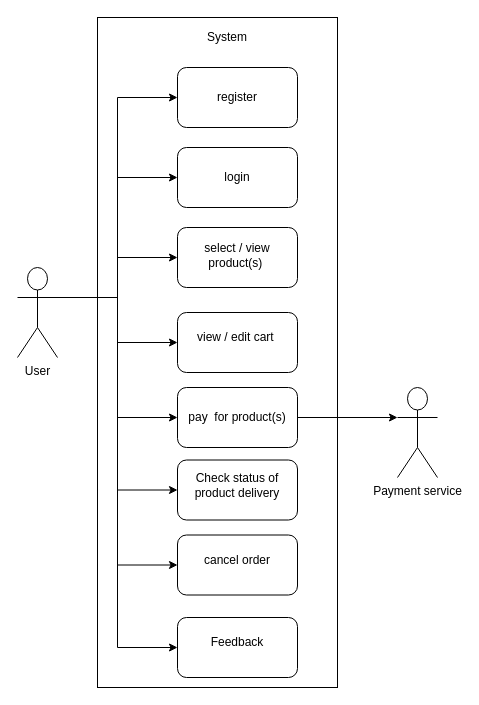
MohitBurkule/uml-diagrams keeps this draw.io diagram as amazon_user.drawio. Above is the earlier version. Source tidied: cells renumbered, new cells numbered last; positions are measured from the earlier drawing's top-left corner, leaving out a move shared by most shapes. Both pictures are drawn from the tidied source at 100%, with x=0, y=0 at pixel (17, 17).
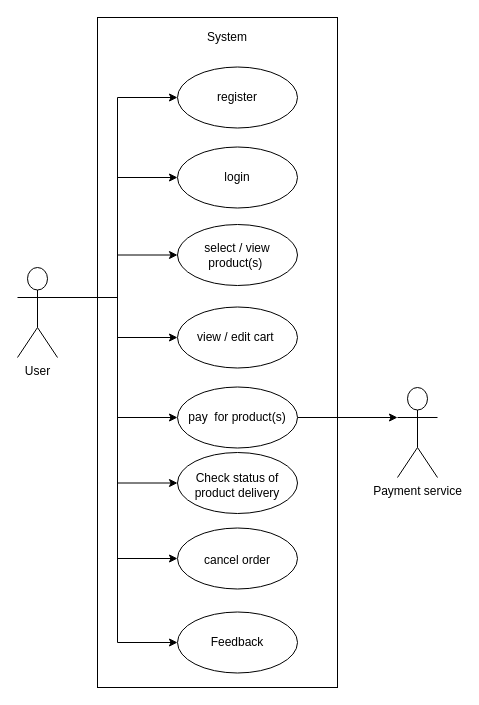
After the change.

Unchanged cells that the change refers to:
```xml
<mxCell id="11" value="User" style="shape=umlActor;verticalLabelPosition=bottom;labelBackgroundColor=#ffffff;verticalAlign=top;html=1;" parent="1" vertex="1">
  <mxGeometry y="250" width="40" height="90" as="geometry" />
</mxCell>
<mxCell id="21" value="Payment service" style="shape=umlActor;verticalLabelPosition=bottom;labelBackgroundColor=#ffffff;verticalAlign=top;html=1;" parent="1" vertex="1">
  <mxGeometry x="380" y="370" width="40" height="90" as="geometry" />
</mxCell>
```

The edit, as a diff of the source:
```diff
@@
-    <mxCell id="3" style="edgeStyle=orthogonalEdgeStyle;rounded=0;jettySize=auto;html=1;exitX=1;exitY=0.3333333333333333;exitDx=0;exitDy=0;exitPerimeter=0;entryX=0;entryY=0.5;entryDx=0;entryDy=0;" parent="1" edge="1" source="11" target="12">
-      <mxGeometry relative="1" as="geometry" />
-    </mxCell>
-    <mxCell id="4" style="edgeStyle=orthogonalEdgeStyle;rounded=0;jettySize=auto;html=1;exitX=1;exitY=0.3333333333333333;exitDx=0;exitDy=0;exitPerimeter=0;entryX=0;entryY=0.5;entryDx=0;entryDy=0;" parent="1" edge="1" source="11" target="13">
-      <mxGeometry relative="1" as="geometry" />
-    </mxCell>
-    <mxCell id="5" style="edgeStyle=orthogonalEdgeStyle;rounded=0;jettySize=auto;html=1;exitX=1;exitY=0.3333333333333333;exitDx=0;exitDy=0;exitPerimeter=0;entryX=0;entryY=0.5;entryDx=0;entryDy=0;" parent="1" edge="1" source="11" target="14">
-      <mxGeometry relative="1" as="geometry" />
-    </mxCell>
-    <mxCell id="6" style="edgeStyle=orthogonalEdgeStyle;rounded=0;jettySize=auto;html=1;exitX=1;exitY=0.3333333333333333;exitDx=0;exitDy=0;exitPerimeter=0;entryX=0;entryY=0.5;entryDx=0;entryDy=0;" parent="1" edge="1" source="11" target="16">
-      <mxGeometry relative="1" as="geometry" />
-    </mxCell>
-    <mxCell id="7" style="edgeStyle=orthogonalEdgeStyle;rounded=0;jettySize=auto;html=1;exitX=1;exitY=0.3333333333333333;exitDx=0;exitDy=0;exitPerimeter=0;entryX=0;entryY=0.5;entryDx=0;entryDy=0;" parent="1" edge="1" source="11" target="22">
-      <mxGeometry relative="1" as="geometry" />
-    </mxCell>
-    <mxCell id="8" style="edgeStyle=orthogonalEdgeStyle;rounded=0;jettySize=auto;html=1;exitX=1;exitY=0.3333333333333333;exitDx=0;exitDy=0;exitPerimeter=0;entryX=0;entryY=0.5;entryDx=0;entryDy=0;" parent="1" edge="1" source="11" target="24">
-      <mxGeometry relative="1" as="geometry" />
-    </mxCell>
-    <mxCell id="9" style="edgeStyle=orthogonalEdgeStyle;rounded=0;jettySize=auto;html=1;exitX=1;exitY=0.3333333333333333;exitDx=0;exitDy=0;exitPerimeter=0;entryX=0;entryY=0.5;entryDx=0;entryDy=0;" parent="1" edge="1" source="11" target="27">
-      <mxGeometry relative="1" as="geometry" />
-    </mxCell>
-    <mxCell id="10" style="edgeStyle=orthogonalEdgeStyle;rounded=0;jettySize=auto;html=1;exitX=1;exitY=0.3333333333333333;exitDx=0;exitDy=0;exitPerimeter=0;entryX=0;entryY=0.5;entryDx=0;entryDy=0;" parent="1" edge="1" source="11" target="29">
-      <mxGeometry relative="1" as="geometry" />
-    </mxCell>
+    <mxCell id="31" style="ellipse;whiteSpace=wrap;html=1;" parent="1" vertex="1">
+      <mxGeometry x="160" y="594.5" width="120" height="61" as="geometry" />
+    </mxCell>
+    <mxCell id="32" style="ellipse;whiteSpace=wrap;html=1;" parent="1" vertex="1">
+      <mxGeometry x="160" y="510.5" width="120" height="61" as="geometry" />
+    </mxCell>
+    <mxCell id="33" style="ellipse;whiteSpace=wrap;html=1;" parent="1" vertex="1">
+      <mxGeometry x="160" y="435" width="120" height="61" as="geometry" />
+    </mxCell>
+    <mxCell id="34" style="ellipse;whiteSpace=wrap;html=1;" parent="1" vertex="1">
+      <mxGeometry x="160" y="289.5" width="120" height="61" as="geometry" />
+    </mxCell>
+    <mxCell id="35" style="edgeStyle=orthogonalEdgeStyle;rounded=0;jettySize=auto;html=1;exitX=1;exitY=0.5;exitDx=0;exitDy=0;entryX=0;entryY=0.3333333333333333;entryDx=0;entryDy=0;entryPerimeter=0;" parent="1" edge="1" source="36" target="21">
+      <mxGeometry relative="1" as="geometry" />
+    </mxCell>
+    <mxCell id="36" style="ellipse;whiteSpace=wrap;html=1;" parent="1" vertex="1">
+      <mxGeometry x="160" y="369.5" width="120" height="61" as="geometry" />
+    </mxCell>
+    <mxCell id="37" style="ellipse;whiteSpace=wrap;html=1;" parent="1" vertex="1">
+      <mxGeometry x="160" y="207" width="120" height="61" as="geometry" />
+    </mxCell>
+    <mxCell id="38" style="ellipse;whiteSpace=wrap;html=1;" parent="1" vertex="1">
+      <mxGeometry x="160" y="49.5" width="120" height="61" as="geometry" />
+    </mxCell>
+    <mxCell id="39" style="ellipse;whiteSpace=wrap;html=1;" parent="1" vertex="1">
+      <mxGeometry x="160" y="129.5" width="120" height="61" as="geometry" />
+    </mxCell>
+    <mxCell id="40" style="edgeStyle=orthogonalEdgeStyle;rounded=0;jettySize=auto;html=1;exitX=1;exitY=0.3333333333333333;exitDx=0;exitDy=0;exitPerimeter=0;entryX=0;entryY=0.5;entryDx=0;entryDy=0;" parent="1" edge="1" source="11" target="38">
+      <mxGeometry relative="1" as="geometry" />
+    </mxCell>
+    <mxCell id="41" style="edgeStyle=orthogonalEdgeStyle;rounded=0;jettySize=auto;html=1;exitX=1;exitY=0.3333333333333333;exitDx=0;exitDy=0;exitPerimeter=0;entryX=0;entryY=0.5;entryDx=0;entryDy=0;" parent="1" edge="1" source="11" target="39">
+      <mxGeometry relative="1" as="geometry" />
+    </mxCell>
+    <mxCell id="42" style="edgeStyle=orthogonalEdgeStyle;rounded=0;jettySize=auto;html=1;exitX=1;exitY=0.3333333333333333;exitDx=0;exitDy=0;exitPerimeter=0;entryX=0;entryY=0.5;entryDx=0;entryDy=0;" parent="1" edge="1" source="11" target="37">
+      <mxGeometry relative="1" as="geometry" />
+    </mxCell>
+    <mxCell id="43" style="edgeStyle=orthogonalEdgeStyle;rounded=0;jettySize=auto;html=1;exitX=1;exitY=0.3333333333333333;exitDx=0;exitDy=0;exitPerimeter=0;entryX=0;entryY=0.5;entryDx=0;entryDy=0;" parent="1" edge="1" source="11" target="34">
+      <mxGeometry relative="1" as="geometry" />
+    </mxCell>
+    <mxCell id="44" style="edgeStyle=orthogonalEdgeStyle;rounded=0;jettySize=auto;html=1;exitX=1;exitY=0.3333333333333333;exitDx=0;exitDy=0;exitPerimeter=0;entryX=0;entryY=0.5;entryDx=0;entryDy=0;" parent="1" edge="1" source="11" target="36">
+      <mxGeometry relative="1" as="geometry" />
+    </mxCell>
+    <mxCell id="45" style="edgeStyle=orthogonalEdgeStyle;rounded=0;jettySize=auto;html=1;exitX=1;exitY=0.3333333333333333;exitDx=0;exitDy=0;exitPerimeter=0;entryX=0;entryY=0.5;entryDx=0;entryDy=0;" parent="1" edge="1" source="11" target="31">
+      <mxGeometry relative="1" as="geometry" />
+    </mxCell>
+    <mxCell id="46" style="edgeStyle=orthogonalEdgeStyle;rounded=0;jettySize=auto;html=1;exitX=1;exitY=0.3333333333333333;exitDx=0;exitDy=0;exitPerimeter=0;entryX=0;entryY=0.5;entryDx=0;entryDy=0;" parent="1" edge="1" source="11" target="33">
+      <mxGeometry relative="1" as="geometry" />
+    </mxCell>
+    <mxCell id="47" style="edgeStyle=orthogonalEdgeStyle;rounded=0;jettySize=auto;html=1;exitX=1;exitY=0.3333333333333333;exitDx=0;exitDy=0;exitPerimeter=0;entryX=0;entryY=0.5;entryDx=0;entryDy=0;" parent="1" edge="1" source="11" target="32">
+      <mxGeometry relative="1" as="geometry" />
+    </mxCell>
@@
-    <mxCell id="12" style="rounded=1;whiteSpace=wrap;html=1;" parent="1" vertex="1">
-      <mxGeometry x="160" y="130" width="120" height="60" as="geometry" />
-    </mxCell>
-    <mxCell id="13" style="rounded=1;whiteSpace=wrap;html=1;" parent="1" vertex="1">
-      <mxGeometry x="160" y="210" width="120" height="60" as="geometry" />
-    </mxCell>
-    <mxCell id="14" style="rounded=1;whiteSpace=wrap;html=1;" parent="1" vertex="1">
-      <mxGeometry x="160" y="295" width="120" height="60" as="geometry" />
-    </mxCell>
-    <mxCell id="15" style="edgeStyle=orthogonalEdgeStyle;rounded=0;jettySize=auto;html=1;exitX=1;exitY=0.5;exitDx=0;exitDy=0;entryX=0;entryY=0.3333333333333333;entryDx=0;entryDy=0;entryPerimeter=0;" parent="1" edge="1" source="16" target="21">
-      <mxGeometry relative="1" as="geometry" />
-    </mxCell>
-    <mxCell id="16" style="rounded=1;whiteSpace=wrap;html=1;" parent="1" vertex="1">
-      <mxGeometry x="160" y="370" width="120" height="60" as="geometry" />
-    </mxCell>
@@
-    <mxCell id="22" style="rounded=1;whiteSpace=wrap;html=1;" parent="1" vertex="1">
-      <mxGeometry x="160" y="442.5" width="120" height="60" as="geometry" />
-    </mxCell>
@@
-    <mxCell id="24" style="rounded=1;whiteSpace=wrap;html=1;" parent="1" vertex="1">
-      <mxGeometry x="160" y="517.5" width="120" height="60" as="geometry" />
-    </mxCell>
@@
-    <mxCell id="27" style="rounded=1;whiteSpace=wrap;html=1;" parent="1" vertex="1">
-      <mxGeometry x="160" y="600" width="120" height="60" as="geometry" />
-    </mxCell>
@@
-    <mxCell id="29" style="rounded=1;whiteSpace=wrap;html=1;" parent="1" vertex="1">
-      <mxGeometry x="160" y="50" width="120" height="60" as="geometry" />
-    </mxCell>
```
